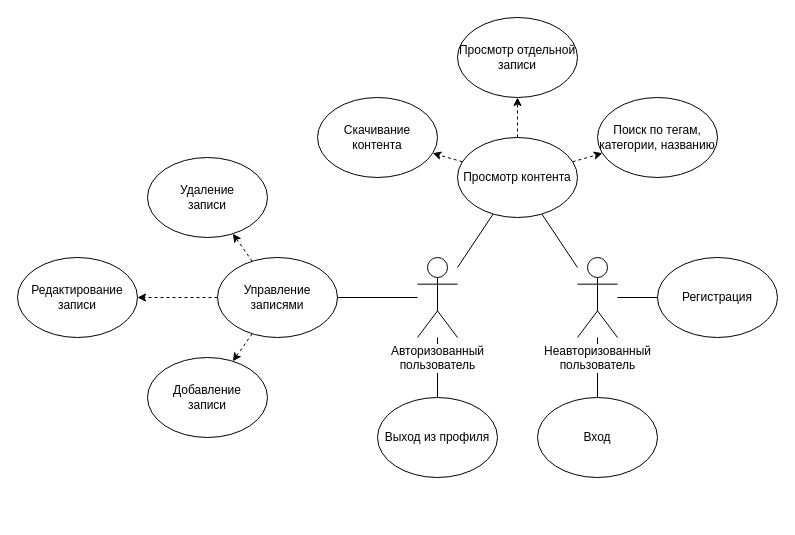
Earlier version of the draw.io diagram page "Варианты использования" (1 of 2) of doc/diagrams.drawio (Korepanov01/MediaStorage). Source tidied: cells renumbered, new cells numbered last; positions are measured from the earlier drawing's top-left corner, leaving out a move shared by most shapes. Both pictures are drawn from the tidied source at 100%, with x=0, y=0 at pixel (17, 17).
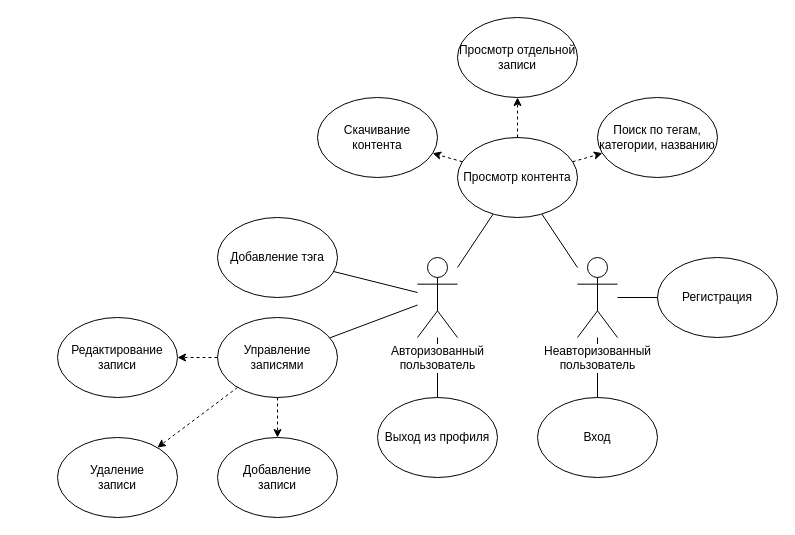
The same page after the edit.

Unchanged cells that the change refers to:
```xml
<mxCell id="5" value="Авторизованный&lt;br style=&quot;font-size: 12px;&quot;&gt;пользователь" style="shape=umlActor;verticalLabelPosition=bottom;verticalAlign=top;html=1;outlineConnect=0;fontSize=12;labelBackgroundColor=default;" parent="1" vertex="1">
  <mxGeometry x="400" y="240" width="40" height="80" as="geometry" />
</mxCell>
```

Diff of the diagram source:
```diff
@@
-    <mxCell id="2" style="edgeStyle=orthogonalEdgeStyle;rounded=0;jettySize=auto;html=1;endArrow=none;endFill=0;fontSize=12;" parent="1" edge="1" source="5" target="9">
+    <mxCell id="2" style="rounded=0;jettySize=auto;html=1;endArrow=none;endFill=0;fontSize=12;" parent="1" edge="1" source="5" target="9">
       <mxGeometry relative="1" as="geometry" />
     </mxCell>
@@
     <mxCell id="9" value="Управление записями" style="ellipse;whiteSpace=wrap;html=1;fontSize=12;" parent="1" vertex="1">
-      <mxGeometry x="200" y="240" width="120" height="80" as="geometry" />
+      <mxGeometry x="200" y="300" width="120" height="80" as="geometry" />
     </mxCell>
     <mxCell id="10" value="Добавление&lt;br style=&quot;font-size: 12px;&quot;&gt;записи" style="ellipse;whiteSpace=wrap;html=1;fontSize=12;" parent="1" vertex="1">
-      <mxGeometry x="130" y="340" width="120" height="80" as="geometry" />
+      <mxGeometry x="200" y="420" width="120" height="80" as="geometry" />
     </mxCell>
     <mxCell id="11" value="Удаление&lt;br style=&quot;font-size: 12px;&quot;&gt;записи" style="ellipse;whiteSpace=wrap;html=1;fontSize=12;" parent="1" vertex="1">
-      <mxGeometry x="130" y="140" width="120" height="80" as="geometry" />
+      <mxGeometry x="40" y="420" width="120" height="80" as="geometry" />
     </mxCell>
     <mxCell id="12" value="Редактирование&lt;br style=&quot;font-size: 12px;&quot;&gt;записи" style="ellipse;whiteSpace=wrap;html=1;fontSize=12;" parent="1" vertex="1">
-      <mxGeometry y="240" width="120" height="80" as="geometry" />
+      <mxGeometry x="40" y="300" width="120" height="80" as="geometry" />
     </mxCell>
@@
+    <mxCell id="27" value="Добавление тэга" style="ellipse;whiteSpace=wrap;html=1;fontSize=12;" parent="1" vertex="1">
+      <mxGeometry x="200" y="200" width="120" height="80" as="geometry" />
+    </mxCell>
+    <mxCell id="28" style="rounded=0;jettySize=auto;html=1;endArrow=none;endFill=0;fontSize=12;" parent="1" edge="1" source="5" target="27">
+      <mxGeometry relative="1" as="geometry" />
+    </mxCell>
```
